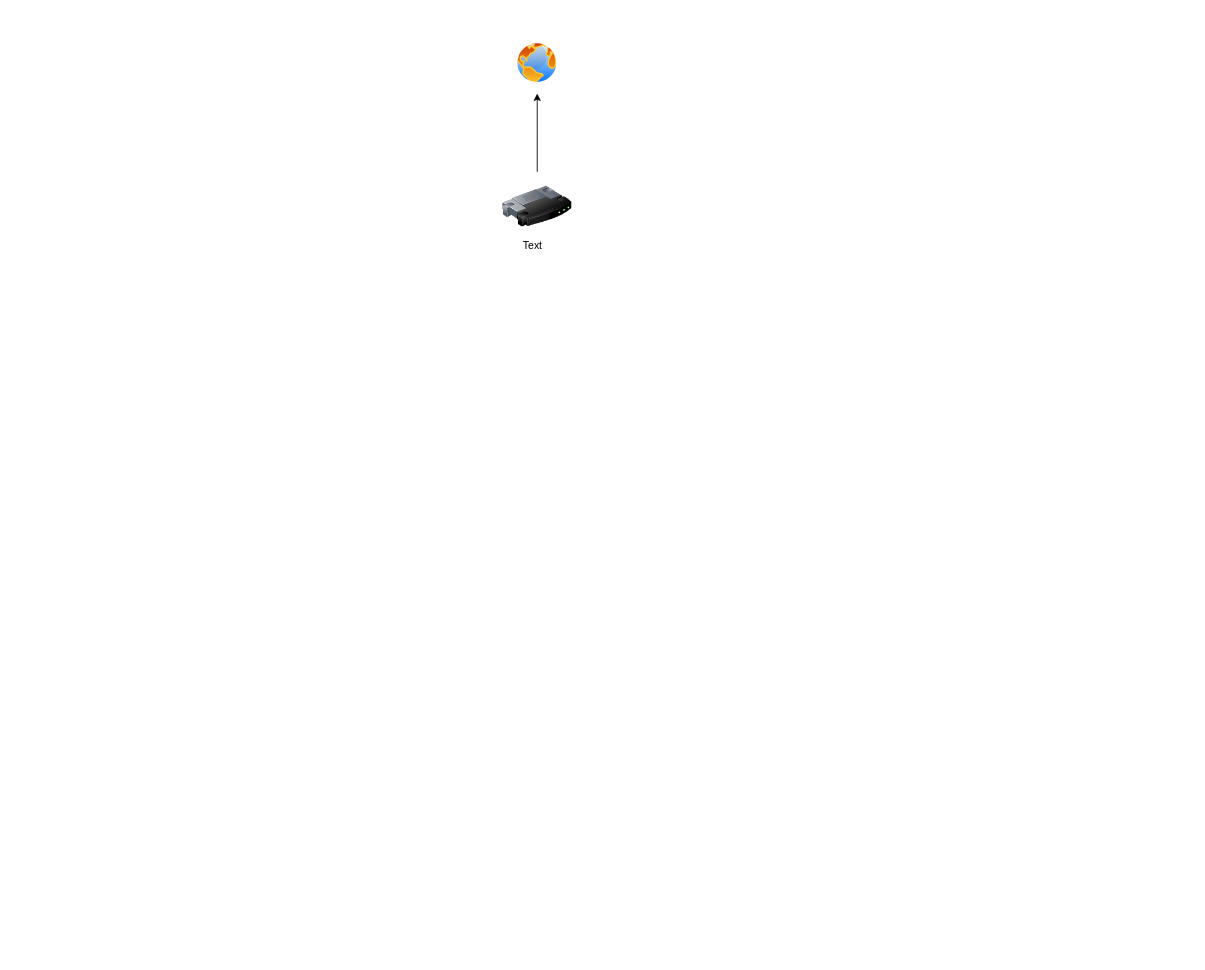
Above: Untitled Diagram.drawio in Seyoung-Research/CUT-RUN-Data-Processing (draw.io), before the change. Source tidied: cells renumbered, new cells numbered last; positions are measured from the earlier drawing's top-left corner, leaving out a move shared by most shapes. Both pictures are drawn from the tidied source at 87%, with x=0, y=0 at pixel (502, 41).
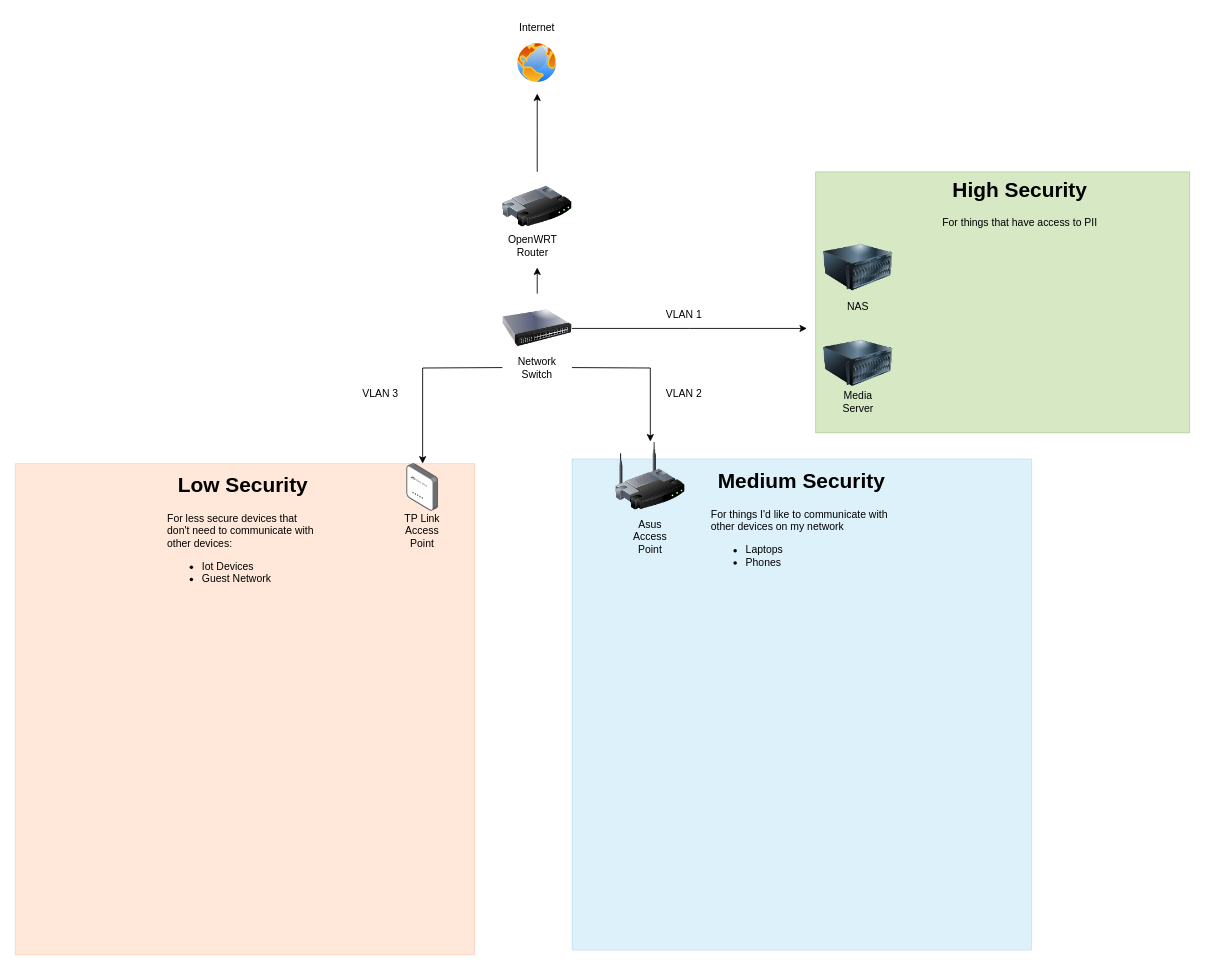
The same diagram, later.

What changed in the source:
```diff
@@
+    <mxCell id="6" style="rounded=0;whiteSpace=wrap;html=1;fillColor=#60a917;fontColor=#ffffff;strokeColor=#2D7600;opacity=25;" parent="1" vertex="1">
+      <mxGeometry x="360" y="150" width="430" height="300" as="geometry" />
+    </mxCell>
+    <mxCell id="7" style="rounded=0;whiteSpace=wrap;html=1;fillColor=#1ba1e2;fontColor=#ffffff;strokeColor=#006EAF;opacity=15;" parent="1" vertex="1">
+      <mxGeometry x="80" y="480" width="528.3" height="564.6" as="geometry" />
+    </mxCell>
+    <mxCell id="8" value="&lt;h1 style=&quot;margin-top: 0px;&quot;&gt;Medium Security&lt;/h1&gt;&lt;p align=&quot;left&quot;&gt;For things I'd like to communicate with other devices on my network &lt;br&gt;&lt;/p&gt;&lt;div align=&quot;left&quot;&gt;&lt;ul&gt;&lt;li&gt;Laptops&lt;/li&gt;&lt;li&gt;Phones&lt;/li&gt;&lt;/ul&gt;&lt;/div&gt;" style="text;html=1;whiteSpace=wrap;overflow=hidden;rounded=0;align=center;" parent="1" vertex="1">
+      <mxGeometry x="239.1" y="485.4" width="210" height="150" as="geometry" />
+    </mxCell>
+    <mxCell id="9" style="rounded=0;whiteSpace=wrap;html=1;fillColor=#fa6800;fontColor=#000000;strokeColor=#C73500;opacity=15;" parent="1" vertex="1">
+      <mxGeometry x="-560" y="485.4" width="528.3" height="564.6" as="geometry" />
+    </mxCell>
@@
+    <mxCell id="10" style="edgeStyle=orthogonalEdgeStyle;rounded=0;jettySize=auto;html=1;" parent="1" edge="1" target="12">
+      <mxGeometry relative="1" as="geometry">
+        <mxPoint y="375" as="sourcePoint" />
+      </mxGeometry>
+    </mxCell>
+    <mxCell id="11" style="edgeStyle=orthogonalEdgeStyle;rounded=0;jettySize=auto;html=1;" parent="1" edge="1" target="13">
+      <mxGeometry relative="1" as="geometry">
+        <mxPoint x="80" y="375" as="sourcePoint" />
+      </mxGeometry>
+    </mxCell>
@@
-    <mxCell id="5" value="Text" style="text;html=1;whiteSpace=wrap;strokeColor=none;fillColor=none;align=center;verticalAlign=middle;rounded=0;" parent="1" vertex="1">
+    <mxCell id="5" value="&lt;div&gt;OpenWRT Router&lt;/div&gt;" style="text;html=1;whiteSpace=wrap;strokeColor=none;fillColor=none;align=center;verticalAlign=middle;rounded=0;" parent="1" vertex="1">
       <mxGeometry x="5" y="220" width="60" height="30" as="geometry" />
     </mxCell>
+    <mxCell id="12" style="image;points=[];html=1;align=center;shadow=0;dashed=0;image=img/lib/allied_telesis/wireless/Access_Point_Indoor.svg;" parent="1" vertex="1">
+      <mxGeometry x="-110" y="485.4" width="36.6" height="54.6" as="geometry" />
+    </mxCell>
+    <mxCell id="13" style="image;html=1;image=img/lib/clip_art/networking/Wireless_Router_128x128.png;" parent="1" vertex="1">
+      <mxGeometry x="130" y="460" width="80" height="80" as="geometry" />
+    </mxCell>
+    <mxCell id="14" value="&lt;div&gt;Internet&lt;/div&gt;" style="text;html=1;whiteSpace=wrap;strokeColor=none;fillColor=none;align=center;verticalAlign=middle;rounded=0;" parent="1" vertex="1">
+      <mxGeometry x="10" y="-30" width="60" height="30" as="geometry" />
+    </mxCell>
+    <mxCell id="15" value="Asus Access Point" style="text;html=1;whiteSpace=wrap;strokeColor=none;fillColor=none;align=center;verticalAlign=middle;rounded=0;" parent="1" vertex="1">
+      <mxGeometry x="140" y="555" width="60" height="30" as="geometry" />
+    </mxCell>
+    <mxCell id="16" value="&lt;div&gt;TP Link Access Point&lt;/div&gt;&lt;div&gt;&lt;br&gt;&lt;/div&gt;" style="text;html=1;whiteSpace=wrap;strokeColor=none;fillColor=none;align=center;verticalAlign=middle;rounded=0;" parent="1" vertex="1">
+      <mxGeometry x="-121.7" y="555" width="60" height="30" as="geometry" />
+    </mxCell>
+    <mxCell id="17" style="edgeStyle=orthogonalEdgeStyle;rounded=0;jettySize=auto;html=1;" parent="1" edge="1" source="19">
+      <mxGeometry relative="1" as="geometry">
+        <mxPoint x="40" y="260" as="targetPoint" />
+      </mxGeometry>
+    </mxCell>
+    <mxCell id="18" style="edgeStyle=orthogonalEdgeStyle;rounded=0;jettySize=auto;html=1;" parent="1" edge="1" source="19">
+      <mxGeometry relative="1" as="geometry">
+        <mxPoint x="350" y="330" as="targetPoint" />
+      </mxGeometry>
+    </mxCell>
+    <mxCell id="19" style="image;html=1;image=img/lib/clip_art/networking/Switch_128x128.png;" parent="1" vertex="1">
+      <mxGeometry y="290" width="80" height="80" as="geometry" />
+    </mxCell>
+    <mxCell id="20" value="Network Switch" style="text;html=1;whiteSpace=wrap;strokeColor=none;fillColor=none;align=center;verticalAlign=middle;rounded=0;" parent="1" vertex="1">
+      <mxGeometry x="10" y="360" width="60" height="30" as="geometry" />
+    </mxCell>
+    <mxCell id="21" value="&lt;h1 style=&quot;margin-top: 0px;&quot;&gt;Low Security&lt;/h1&gt;&lt;p align=&quot;left&quot;&gt;For less secure devices that don't need to communicate with other devices:&amp;nbsp;&lt;/p&gt;&lt;div align=&quot;left&quot;&gt;&lt;ul&gt;&lt;li&gt;Iot Devices&lt;/li&gt;&lt;li&gt;Guest Network&lt;/li&gt;&lt;/ul&gt;&lt;/div&gt;" style="text;html=1;whiteSpace=wrap;overflow=hidden;rounded=0;align=center;" parent="1" vertex="1">
+      <mxGeometry x="-385.9" y="490" width="175.8" height="150" as="geometry" />
+    </mxCell>
+    <mxCell id="22" style="image;html=1;image=img/lib/clip_art/computers/Server_128x128.png;" parent="1" vertex="1">
+      <mxGeometry x="369.1" y="220" width="80" height="80" as="geometry" />
+    </mxCell>
+    <mxCell id="23" value="NAS" style="text;html=1;whiteSpace=wrap;strokeColor=none;fillColor=none;align=center;verticalAlign=middle;rounded=0;" parent="1" vertex="1">
+      <mxGeometry x="379.1" y="290" width="60" height="30" as="geometry" />
+    </mxCell>
+    <mxCell id="24" value="VLAN 1" style="text;html=1;whiteSpace=wrap;strokeColor=none;fillColor=none;align=center;verticalAlign=middle;rounded=0;" parent="1" vertex="1">
+      <mxGeometry x="179" y="300" width="60" height="30" as="geometry" />
+    </mxCell>
+    <mxCell id="25" value="VLAN 2" style="text;html=1;whiteSpace=wrap;strokeColor=none;fillColor=none;align=center;verticalAlign=middle;rounded=0;" parent="1" vertex="1">
+      <mxGeometry x="179" y="390" width="60" height="30" as="geometry" />
+    </mxCell>
+    <mxCell id="26" value="VLAN 3" style="text;html=1;whiteSpace=wrap;strokeColor=none;fillColor=none;align=center;verticalAlign=middle;rounded=0;" parent="1" vertex="1">
+      <mxGeometry x="-170" y="390" width="60" height="30" as="geometry" />
+    </mxCell>
+    <mxCell id="27" value="&lt;h1 style=&quot;margin-top: 0px;&quot;&gt;High Security&lt;/h1&gt;&lt;p align=&quot;left&quot;&gt;For things that have access to PII&lt;/p&gt;" style="text;html=1;whiteSpace=wrap;overflow=hidden;rounded=0;align=center;" parent="1" vertex="1">
+      <mxGeometry x="490" y="150" width="210" height="150" as="geometry" />
+    </mxCell>
+    <mxCell id="28" style="image;html=1;image=img/lib/clip_art/computers/Server_128x128.png;" parent="1" vertex="1">
+      <mxGeometry x="369.1" y="330" width="80" height="80" as="geometry" />
+    </mxCell>
+    <mxCell id="29" value="Media Server" style="text;html=1;whiteSpace=wrap;strokeColor=none;fillColor=none;align=center;verticalAlign=middle;rounded=0;" parent="1" vertex="1">
+      <mxGeometry x="379.1" y="400" width="60" height="30" as="geometry" />
+    </mxCell>
```
